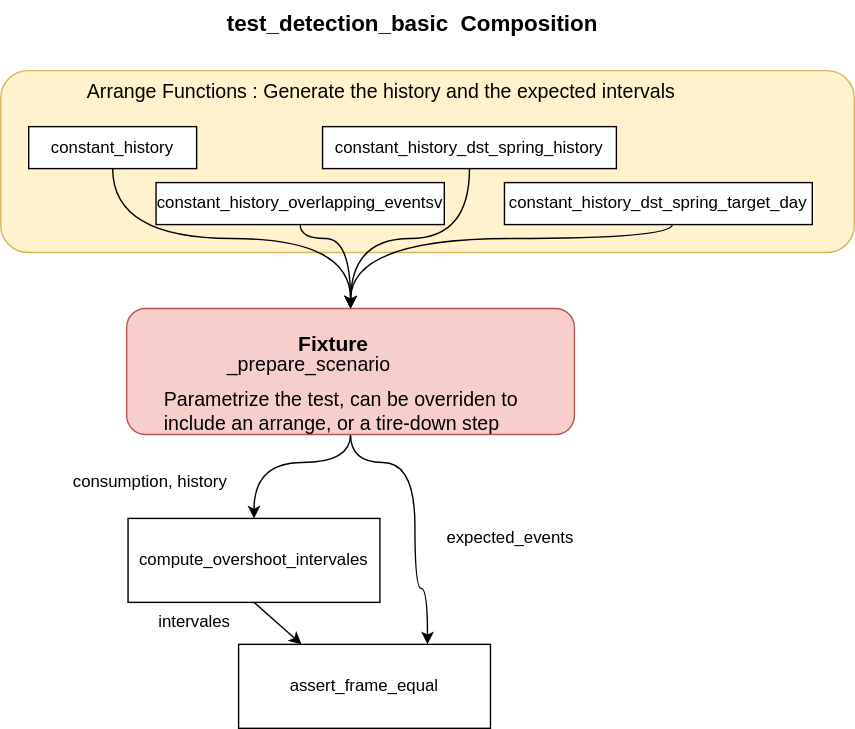
This is doc/_static/TestOverConsumptionDetections.svg from Eco-CO2/energy_analysis_toolbox, a draw.io export, as it was before one commit. Source tidied: cells renumbered, new cells last; positions are measured from the earlier drawing's top-left corner, leaving out a move shared by most shapes. Its diagram source:
```xml
<mxGraphModel>
  <root>
    <mxCell id="0" />
    <mxCell id="1" parent="0" />
    <mxCell id="2" style="rounded=1;whiteSpace=wrap;html=1;fillColor=#fff2cc;strokeColor=#d6b656;" parent="1" vertex="1">
      <mxGeometry y="50" width="610" height="130" as="geometry" />
    </mxCell>
    <mxCell id="3" style="rounded=0;jettySize=auto;html=1;exitX=0.5;exitY=1;exitDx=0;exitDy=0;entryX=0.5;entryY=0;entryDx=0;entryDy=0;edgeStyle=orthogonalEdgeStyle;curved=1;" parent="1" edge="1" source="23" target="17">
      <mxGeometry relative="1" as="geometry">
        <Array as="points">
          <mxPoint x="250" y="330" />
          <mxPoint x="181" y="330" />
        </Array>
      </mxGeometry>
    </mxCell>
    <mxCell id="4" style="rounded=0;jettySize=auto;html=1;exitX=0.5;exitY=1;exitDx=0;exitDy=0;edgeStyle=orthogonalEdgeStyle;curved=1;entryX=0.75;entryY=0;entryDx=0;entryDy=0;" parent="1" edge="1" source="23" target="20">
      <mxGeometry relative="1" as="geometry">
        <Array as="points">
          <mxPoint x="250" y="330" />
          <mxPoint x="296" y="330" />
          <mxPoint x="296" y="420" />
          <mxPoint x="305" y="420" />
        </Array>
      </mxGeometry>
    </mxCell>
    <mxCell id="5" style="rounded=1;whiteSpace=wrap;html=1;fillColor=#f8cecc;strokeColor=#b85450;" parent="1" vertex="1">
      <mxGeometry x="90" y="220" width="320" height="90" as="geometry" />
    </mxCell>
    <mxCell id="6" style="edgeStyle=orthogonalEdgeStyle;rounded=0;jettySize=auto;html=1;exitX=0.5;exitY=1;exitDx=0;exitDy=0;curved=1;" parent="1" edge="1" source="7">
      <mxGeometry relative="1" as="geometry">
        <mxPoint x="250" y="220" as="targetPoint" />
      </mxGeometry>
    </mxCell>
    <mxCell id="7" value="constant_history" style="rounded=0;whiteSpace=wrap;html=1;" parent="1" vertex="1">
      <mxGeometry x="20" y="90" width="120" height="30" as="geometry" />
    </mxCell>
    <mxCell id="8" style="edgeStyle=orthogonalEdgeStyle;curved=1;rounded=0;orthogonalLoop=1;jettySize=auto;html=1;exitX=0.5;exitY=1;exitDx=0;exitDy=0;" parent="1" edge="1">
      <mxGeometry relative="1" as="geometry">
        <mxPoint x="480" y="160" as="sourcePoint" />
        <mxPoint x="250" y="220" as="targetPoint" />
        <Array as="points">
          <mxPoint x="480" y="170" />
          <mxPoint x="250" y="170" />
        </Array>
      </mxGeometry>
    </mxCell>
    <mxCell id="9" value="constant_history_dst_spring_target_day" style="rounded=0;whiteSpace=wrap;html=1;" parent="1" vertex="1">
      <mxGeometry x="360" y="130" width="220" height="30" as="geometry" />
    </mxCell>
    <mxCell id="10" style="edgeStyle=orthogonalEdgeStyle;curved=1;rounded=0;jettySize=auto;html=1;exitX=0.5;exitY=1;exitDx=0;exitDy=0;" parent="1" edge="1" source="11">
      <mxGeometry relative="1" as="geometry">
        <mxPoint x="250" y="220" as="targetPoint" />
        <Array as="points">
          <mxPoint x="214" y="170" />
          <mxPoint x="250" y="170" />
        </Array>
      </mxGeometry>
    </mxCell>
    <mxCell id="11" value="constant_history_overlapping_eventsv" style="rounded=0;whiteSpace=wrap;html=1;" parent="1" vertex="1">
      <mxGeometry x="111" y="130" width="206" height="30" as="geometry" />
    </mxCell>
    <mxCell id="12" style="edgeStyle=orthogonalEdgeStyle;curved=1;rounded=0;jettySize=auto;html=1;exitX=0.5;exitY=1;exitDx=0;exitDy=0;" parent="1" edge="1" source="13">
      <mxGeometry relative="1" as="geometry">
        <mxPoint x="250" y="220" as="targetPoint" />
      </mxGeometry>
    </mxCell>
    <mxCell id="13" value="constant_history_dst_spring_history" style="rounded=0;whiteSpace=wrap;html=1;" parent="1" vertex="1">
      <mxGeometry x="230" y="90" width="210" height="30" as="geometry" />
    </mxCell>
    <mxCell id="14" value="Arrange Functions : Generate the history and the expected intervals" style="text;whiteSpace=wrap;fontSize=14;" parent="1" vertex="1">
      <mxGeometry x="60" y="50" width="510" height="30" as="geometry" />
    </mxCell>
    <mxCell id="15" value="Fixture" style="text;whiteSpace=wrap;fontStyle=1;fontSize=15;" parent="1" vertex="1">
      <mxGeometry x="211" y="230" width="60" height="30" as="geometry" />
    </mxCell>
    <mxCell id="16" style="rounded=0;jettySize=auto;html=1;exitX=0.5;exitY=1;exitDx=0;exitDy=0;entryX=0.25;entryY=0;entryDx=0;entryDy=0;" parent="1" edge="1" source="17" target="20">
      <mxGeometry relative="1" as="geometry" />
    </mxCell>
    <mxCell id="17" value="compute_overshoot_intervales" style="rounded=0;whiteSpace=wrap;html=1;" parent="1" vertex="1">
      <mxGeometry x="91" y="370" width="180" height="60" as="geometry" />
    </mxCell>
    <mxCell id="18" value="consumption, history" style="text;whiteSpace=wrap;" parent="1" vertex="1">
      <mxGeometry x="50" y="330" width="140" height="40" as="geometry" />
    </mxCell>
    <mxCell id="19" value="expected_events" style="text;whiteSpace=wrap;" parent="1" vertex="1">
      <mxGeometry x="317" y="370" width="120" height="40" as="geometry" />
    </mxCell>
    <mxCell id="20" value="assert_frame_equal" style="rounded=0;whiteSpace=wrap;html=1;" parent="1" vertex="1">
      <mxGeometry x="170" y="460" width="180" height="60" as="geometry" />
    </mxCell>
    <mxCell id="21" value="intervales" style="text;whiteSpace=wrap;" parent="1" vertex="1">
      <mxGeometry x="111" y="430" width="80" height="40" as="geometry" />
    </mxCell>
    <mxCell id="22" value="test_detection_basic  Composition" style="text;whiteSpace=wrap;fontStyle=1;fontSize=16;" parent="1" vertex="1">
      <mxGeometry x="160" width="350" height="40" as="geometry" />
    </mxCell>
    <mxCell id="23" value="Parametrize the test, can be overriden to include an arrange, or a tire-down step" style="text;whiteSpace=wrap;fontSize=14;" parent="1" vertex="1">
      <mxGeometry x="115.5" y="270" width="269" height="40" as="geometry" />
    </mxCell>
    <mxCell id="24" value="_prepare_scenario" style="text;whiteSpace=wrap;fontSize=14;" parent="1" vertex="1">
      <mxGeometry x="160" y="245" width="180" height="25" as="geometry" />
    </mxCell>
  </root>
</mxGraphModel>
```
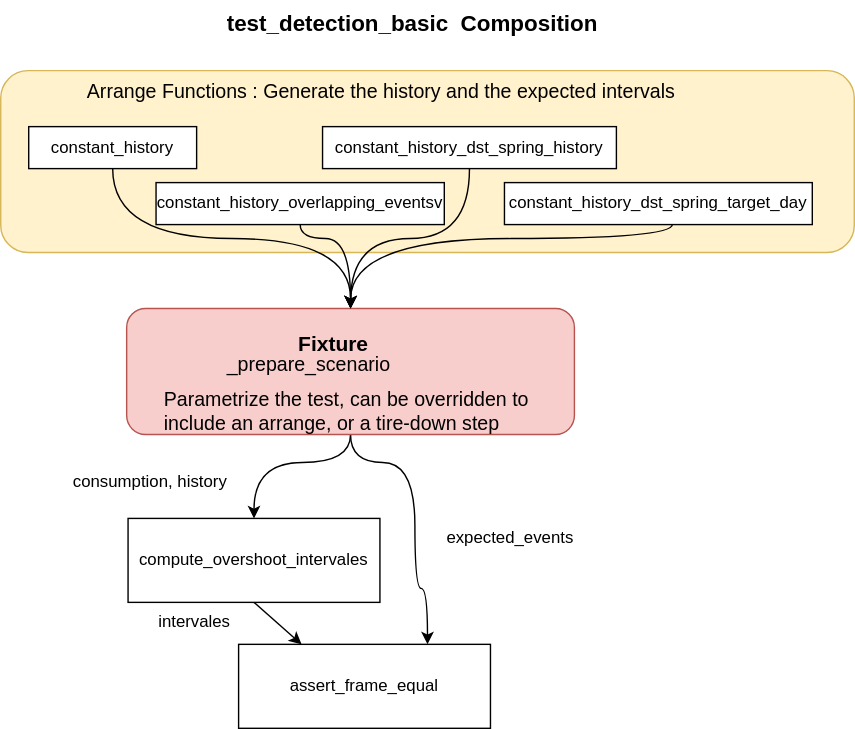
After the commit.

Diff of the diagram source:
```diff
@@ -94,7 +94,7 @@
     <mxCell id="22" value="test_detection_basic  Composition" style="text;whiteSpace=wrap;fontStyle=1;fontSize=16;" parent="1" vertex="1">
       <mxGeometry x="160" width="350" height="40" as="geometry" />
     </mxCell>
-    <mxCell id="23" value="Parametrize the test, can be overriden to include an arrange, or a tire-down step" style="text;whiteSpace=wrap;fontSize=14;" parent="1" vertex="1">
+    <mxCell id="23" value="Parametrize the test, can be overridden to include an arrange, or a tire-down step" style="text;whiteSpace=wrap;fontSize=14;" parent="1" vertex="1">
       <mxGeometry x="115.5" y="270" width="269" height="40" as="geometry" />
     </mxCell>
     <mxCell id="24" value="_prepare_scenario" style="text;whiteSpace=wrap;fontSize=14;" parent="1" vertex="1">
```
